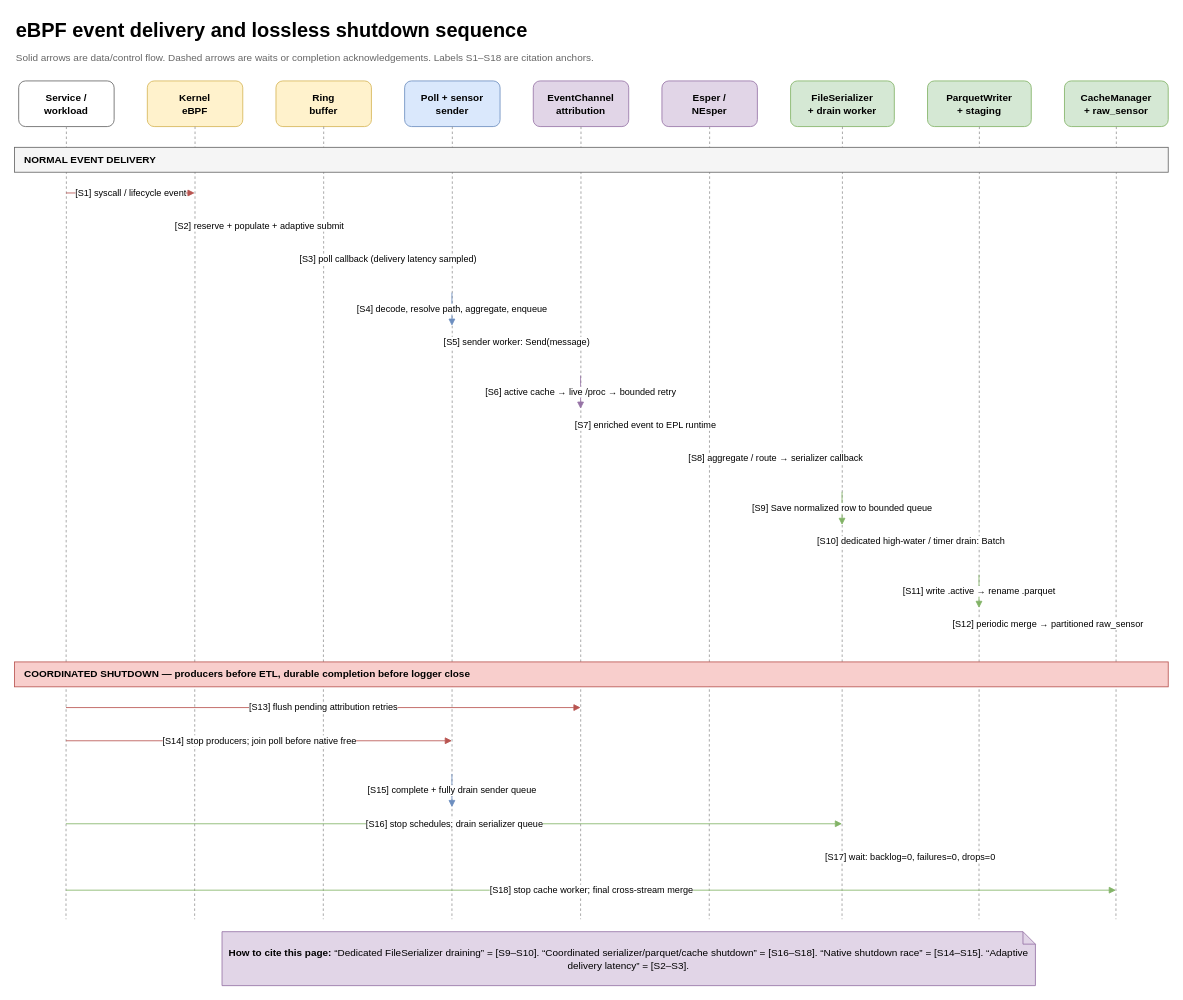
Before: page "Delivery and Shutdown Sequence" (2 of 2) of wiki/work/improve-lintap-data-quality/ebpf-quality-flow.drawio in llnl/Wintap-Analytics, a draw.io diagram. Source tidied: cells renumbered, new cells numbered last; positions are measured from the earlier drawing's top-left corner, leaving out a move shared by most shapes. Both pictures are drawn from the tidied source at 83%, with x=0, y=0 at pixel (14, 14).
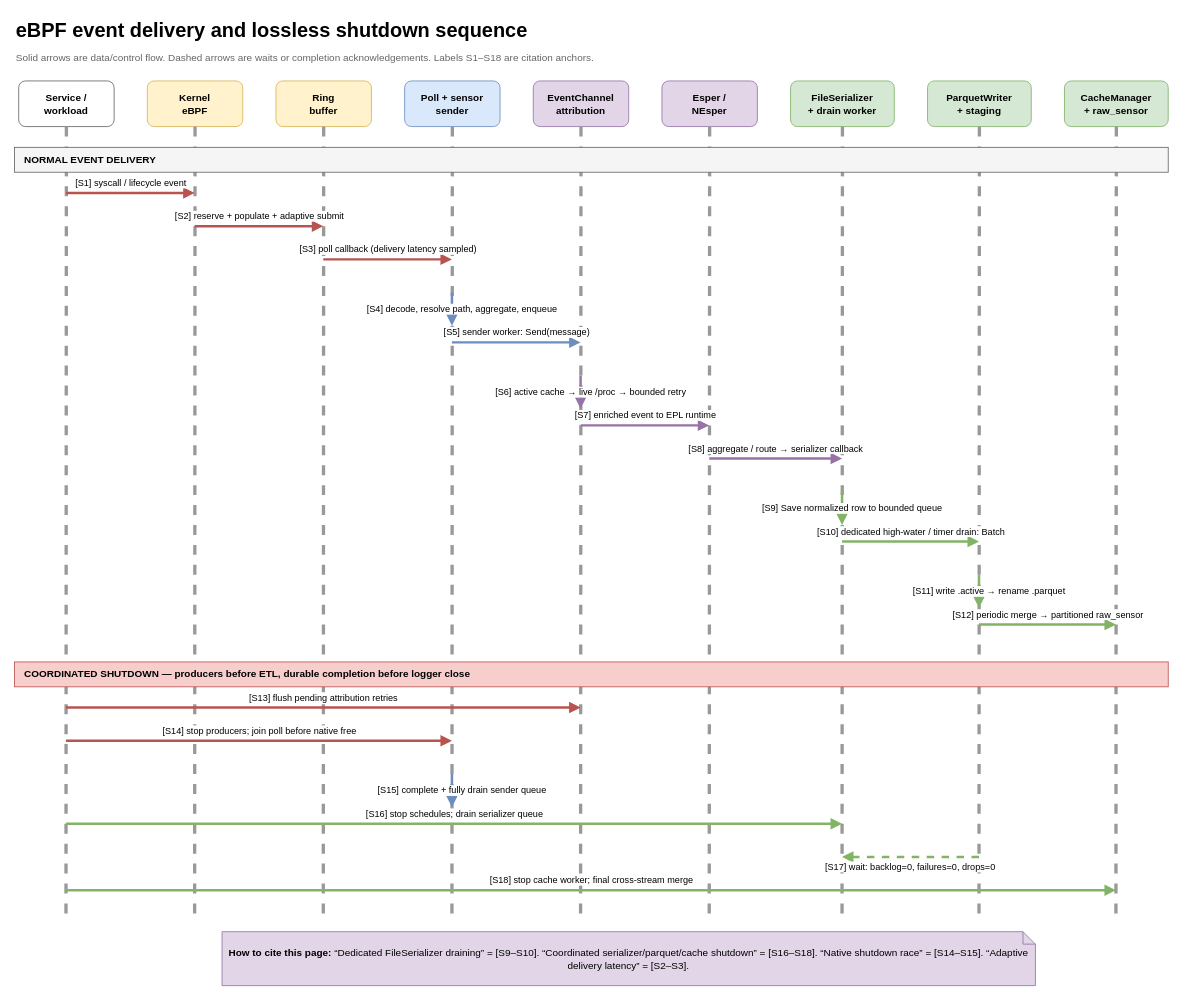
Above is the later version.

The change refers to these unchanged cells:
```xml
<mxCell id="4" value="Service /&lt;br&gt;workload" style="rounded=1;whiteSpace=wrap;html=1;fillColor=#ffffff;strokeColor=#666666;fontStyle=1;" parent="1" vertex="1">
  <mxGeometry x="5" y="80" width="115" height="55" as="geometry" />
</mxCell>
<mxCell id="5" value="Kernel&lt;br&gt;eBPF" style="rounded=1;whiteSpace=wrap;html=1;fillColor=#fff2cc;strokeColor=#d6b656;fontStyle=1;" parent="1" vertex="1">
  <mxGeometry x="160" y="80" width="115" height="55" as="geometry" />
</mxCell>
<mxCell id="6" value="Ring&lt;br&gt;buffer" style="rounded=1;whiteSpace=wrap;html=1;fillColor=#fff2cc;strokeColor=#d6b656;fontStyle=1;" parent="1" vertex="1">
  <mxGeometry x="315" y="80" width="115" height="55" as="geometry" />
</mxCell>
<mxCell id="7" value="Poll + sensor&lt;br&gt;sender" style="rounded=1;whiteSpace=wrap;html=1;fillColor=#dae8fc;strokeColor=#6c8ebf;fontStyle=1;" parent="1" vertex="1">
  <mxGeometry x="470" y="80" width="115" height="55" as="geometry" />
</mxCell>
<mxCell id="8" value="EventChannel&lt;br&gt;attribution" style="rounded=1;whiteSpace=wrap;html=1;fillColor=#e1d5e7;strokeColor=#9673a6;fontStyle=1;" parent="1" vertex="1">
  <mxGeometry x="625" y="80" width="115" height="55" as="geometry" />
</mxCell>
<mxCell id="9" value="Esper /&lt;br&gt;NEsper" style="rounded=1;whiteSpace=wrap;html=1;fillColor=#e1d5e7;strokeColor=#9673a6;fontStyle=1;" parent="1" vertex="1">
  <mxGeometry x="780" y="80" width="115" height="55" as="geometry" />
</mxCell>
<mxCell id="10" value="FileSerializer&lt;br&gt;+ drain worker" style="rounded=1;whiteSpace=wrap;html=1;fillColor=#d5e8d4;strokeColor=#82b366;fontStyle=1;" parent="1" vertex="1">
  <mxGeometry x="935" y="80" width="125" height="55" as="geometry" />
</mxCell>
<mxCell id="11" value="ParquetWriter&lt;br&gt;+ staging" style="rounded=1;whiteSpace=wrap;html=1;fillColor=#d5e8d4;strokeColor=#82b366;fontStyle=1;" parent="1" vertex="1">
  <mxGeometry x="1100" y="80" width="125" height="55" as="geometry" />
</mxCell>
<mxCell id="12" value="CacheManager&lt;br&gt;+ raw_sensor" style="rounded=1;whiteSpace=wrap;html=1;fillColor=#d5e8d4;strokeColor=#82b366;fontStyle=1;" parent="1" vertex="1">
  <mxGeometry x="1265" y="80" width="125" height="55" as="geometry" />
</mxCell>
```

The edit, as a diff of the source:
```diff
@@
-    <mxCell id="13" style="edgeStyle=none;html=1;dashed=1;endArrow=none;strokeColor=#999999;" parent="1" edge="1" source="4">
+    <mxCell id="13" style="edgeStyle=none;html=1;dashed=1;endArrow=none;strokeColor=#999999;strokeWidth=4;" parent="1" edge="1" source="4">
       <mxGeometry relative="1" as="geometry">
         <mxPoint x="62" y="1090" as="targetPoint" />
       </mxGeometry>
     </mxCell>
-    <mxCell id="14" style="edgeStyle=none;html=1;dashed=1;endArrow=none;strokeColor=#999999;" parent="1" edge="1" source="5">
+    <mxCell id="14" style="edgeStyle=none;html=1;dashed=1;endArrow=none;strokeColor=#999999;strokeWidth=4;" parent="1" edge="1" source="5">
       <mxGeometry relative="1" as="geometry">
         <mxPoint x="217" y="1090" as="targetPoint" />
       </mxGeometry>
     </mxCell>
-    <mxCell id="15" style="edgeStyle=none;html=1;dashed=1;endArrow=none;strokeColor=#999999;" parent="1" edge="1" source="6">
+    <mxCell id="15" style="edgeStyle=none;html=1;dashed=1;endArrow=none;strokeColor=#999999;strokeWidth=4;" parent="1" edge="1" source="6">
       <mxGeometry relative="1" as="geometry">
         <mxPoint x="372" y="1090" as="targetPoint" />
       </mxGeometry>
     </mxCell>
-    <mxCell id="16" style="edgeStyle=none;html=1;dashed=1;endArrow=none;strokeColor=#999999;" parent="1" edge="1" source="7">
+    <mxCell id="16" style="edgeStyle=none;html=1;dashed=1;endArrow=none;strokeColor=#999999;strokeWidth=4;" parent="1" edge="1" source="7">
       <mxGeometry relative="1" as="geometry">
         <mxPoint x="527" y="1090" as="targetPoint" />
       </mxGeometry>
     </mxCell>
-    <mxCell id="17" style="edgeStyle=none;html=1;dashed=1;endArrow=none;strokeColor=#999999;" parent="1" edge="1" source="8">
+    <mxCell id="17" style="edgeStyle=none;html=1;dashed=1;endArrow=none;strokeColor=#999999;strokeWidth=4;" parent="1" edge="1" source="8">
       <mxGeometry relative="1" as="geometry">
         <mxPoint x="682" y="1090" as="targetPoint" />
       </mxGeometry>
     </mxCell>
-    <mxCell id="18" style="edgeStyle=none;html=1;dashed=1;endArrow=none;strokeColor=#999999;" parent="1" edge="1" source="9">
+    <mxCell id="18" style="edgeStyle=none;html=1;dashed=1;endArrow=none;strokeColor=#999999;strokeWidth=4;" parent="1" edge="1" source="9">
       <mxGeometry relative="1" as="geometry">
         <mxPoint x="837" y="1090" as="targetPoint" />
       </mxGeometry>
     </mxCell>
-    <mxCell id="19" style="edgeStyle=none;html=1;dashed=1;endArrow=none;strokeColor=#999999;" parent="1" edge="1" source="10">
+    <mxCell id="19" style="edgeStyle=none;html=1;dashed=1;endArrow=none;strokeColor=#999999;strokeWidth=4;" parent="1" edge="1" source="10">
       <mxGeometry relative="1" as="geometry">
         <mxPoint x="997" y="1090" as="targetPoint" />
       </mxGeometry>
     </mxCell>
-    <mxCell id="20" style="edgeStyle=none;html=1;dashed=1;endArrow=none;strokeColor=#999999;" parent="1" edge="1" source="11">
+    <mxCell id="20" style="edgeStyle=none;html=1;dashed=1;endArrow=none;strokeColor=#999999;strokeWidth=4;" parent="1" edge="1" source="11">
       <mxGeometry relative="1" as="geometry">
         <mxPoint x="1162" y="1090" as="targetPoint" />
       </mxGeometry>
     </mxCell>
-    <mxCell id="21" style="edgeStyle=none;html=1;dashed=1;endArrow=none;strokeColor=#999999;" parent="1" edge="1" source="12">
+    <mxCell id="21" style="edgeStyle=none;html=1;dashed=1;endArrow=none;strokeColor=#999999;strokeWidth=4;" parent="1" edge="1" source="12">
       <mxGeometry relative="1" as="geometry">
         <mxPoint x="1327" y="1090" as="targetPoint" />
       </mxGeometry>
     </mxCell>
@@
-    <mxCell id="23" value="[S1] syscall / lifecycle event" style="edgeStyle=orthogonalEdgeStyle;rounded=0;html=1;endArrow=block;endFill=1;strokeColor=#b85450;fontSize=11;" parent="1" edge="1">
-      <mxGeometry relative="1" as="geometry">
+    <mxCell id="23" value="[S1] syscall / lifecycle event" style="edgeStyle=orthogonalEdgeStyle;rounded=0;html=1;endArrow=block;endFill=1;strokeColor=#b85450;fontSize=11;strokeWidth=3;" parent="1" edge="1">
+      <mxGeometry y="12" relative="1" as="geometry">
         <mxPoint x="62" y="215" as="sourcePoint" />
         <mxPoint x="217" y="215" as="targetPoint" />
       </mxGeometry>
     </mxCell>
-    <mxCell id="24" value="[S2] reserve + populate + adaptive submit" style="edgeStyle=orthogonalEdgeStyle;rounded=0;html=1;endArrow=block;endFill=1;strokeColor=#b85450;fontSize=11;" parent="1" edge="1">
-      <mxGeometry relative="1" as="geometry">
+    <mxCell id="24" value="[S2] reserve + populate + adaptive submit" style="edgeStyle=orthogonalEdgeStyle;rounded=0;html=1;endArrow=block;endFill=1;strokeColor=#b85450;fontSize=11;strokeWidth=3;" parent="1" edge="1">
+      <mxGeometry y="12" relative="1" as="geometry">
         <mxPoint x="217" y="255" as="sourcePoint" />
         <mxPoint x="372" y="255" as="targetPoint" />
       </mxGeometry>
     </mxCell>
-    <mxCell id="25" value="[S3] poll callback (delivery latency sampled)" style="edgeStyle=orthogonalEdgeStyle;rounded=0;html=1;endArrow=block;endFill=1;strokeColor=#b85450;fontSize=11;" parent="1" edge="1">
-      <mxGeometry relative="1" as="geometry">
+    <mxCell id="25" value="[S3] poll callback (delivery latency sampled)" style="edgeStyle=orthogonalEdgeStyle;rounded=0;html=1;endArrow=block;endFill=1;strokeColor=#b85450;fontSize=11;strokeWidth=3;" parent="1" edge="1">
+      <mxGeometry y="12" relative="1" as="geometry">
         <mxPoint x="372" y="295" as="sourcePoint" />
         <mxPoint x="527" y="295" as="targetPoint" />
       </mxGeometry>
     </mxCell>
-    <mxCell id="26" value="[S4] decode, resolve path, aggregate, enqueue" style="edgeStyle=orthogonalEdgeStyle;rounded=0;html=1;endArrow=block;endFill=1;strokeColor=#6c8ebf;fontSize=11;" parent="1" edge="1">
-      <mxGeometry relative="1" as="geometry">
+    <mxCell id="26" value="[S4] decode, resolve path, aggregate, enqueue" style="edgeStyle=orthogonalEdgeStyle;rounded=0;html=1;endArrow=block;endFill=1;strokeColor=#6c8ebf;fontSize=11;strokeWidth=3;" parent="1" edge="1">
+      <mxGeometry y="12" relative="1" as="geometry">
         <mxPoint x="527" y="335" as="sourcePoint" />
         <mxPoint x="527" y="375" as="targetPoint" />
       </mxGeometry>
     </mxCell>
-    <mxCell id="27" value="[S5] sender worker: Send(message)" style="edgeStyle=orthogonalEdgeStyle;rounded=0;html=1;endArrow=block;endFill=1;strokeColor=#6c8ebf;fontSize=11;" parent="1" edge="1">
-      <mxGeometry relative="1" as="geometry">
+    <mxCell id="27" value="[S5] sender worker: Send(message)" style="edgeStyle=orthogonalEdgeStyle;rounded=0;html=1;endArrow=block;endFill=1;strokeColor=#6c8ebf;fontSize=11;strokeWidth=3;" parent="1" edge="1">
+      <mxGeometry y="12" relative="1" as="geometry">
         <mxPoint x="527" y="395" as="sourcePoint" />
         <mxPoint x="682" y="395" as="targetPoint" />
       </mxGeometry>
     </mxCell>
-    <mxCell id="28" value="[S6] active cache → live /proc → bounded retry" style="edgeStyle=orthogonalEdgeStyle;rounded=0;html=1;endArrow=block;endFill=1;strokeColor=#9673a6;fontSize=11;" parent="1" edge="1">
-      <mxGeometry relative="1" as="geometry">
+    <mxCell id="28" value="[S6] active cache → live /proc → bounded retry" style="edgeStyle=orthogonalEdgeStyle;rounded=0;html=1;endArrow=block;endFill=1;strokeColor=#9673a6;fontSize=11;strokeWidth=3;" parent="1" edge="1">
+      <mxGeometry y="12" relative="1" as="geometry">
         <mxPoint x="682" y="435" as="sourcePoint" />
         <mxPoint x="682" y="475" as="targetPoint" />
       </mxGeometry>
     </mxCell>
-    <mxCell id="29" value="[S7] enriched event to EPL runtime" style="edgeStyle=orthogonalEdgeStyle;rounded=0;html=1;endArrow=block;endFill=1;strokeColor=#9673a6;fontSize=11;" parent="1" edge="1">
-      <mxGeometry relative="1" as="geometry">
+    <mxCell id="29" value="[S7] enriched event to EPL runtime" style="edgeStyle=orthogonalEdgeStyle;rounded=0;html=1;endArrow=block;endFill=1;strokeColor=#9673a6;fontSize=11;strokeWidth=3;" parent="1" edge="1">
+      <mxGeometry y="12" relative="1" as="geometry">
         <mxPoint x="682" y="495" as="sourcePoint" />
         <mxPoint x="837" y="495" as="targetPoint" />
       </mxGeometry>
     </mxCell>
-    <mxCell id="30" value="[S8] aggregate / route → serializer callback" style="edgeStyle=orthogonalEdgeStyle;rounded=0;html=1;endArrow=block;endFill=1;strokeColor=#9673a6;fontSize=11;" parent="1" edge="1">
-      <mxGeometry relative="1" as="geometry">
+    <mxCell id="30" value="[S8] aggregate / route → serializer callback" style="edgeStyle=orthogonalEdgeStyle;rounded=0;html=1;endArrow=block;endFill=1;strokeColor=#9673a6;fontSize=11;strokeWidth=3;" parent="1" edge="1">
+      <mxGeometry y="12" relative="1" as="geometry">
         <mxPoint x="837" y="535" as="sourcePoint" />
         <mxPoint x="997" y="535" as="targetPoint" />
       </mxGeometry>
     </mxCell>
-    <mxCell id="31" value="[S9] Save normalized row to bounded queue" style="edgeStyle=orthogonalEdgeStyle;rounded=0;html=1;endArrow=block;endFill=1;strokeColor=#82b366;fontSize=11;" parent="1" edge="1">
-      <mxGeometry relative="1" as="geometry">
+    <mxCell id="31" value="[S9] Save normalized row to bounded queue" style="edgeStyle=orthogonalEdgeStyle;rounded=0;html=1;endArrow=block;endFill=1;strokeColor=#82b366;fontSize=11;strokeWidth=3;" parent="1" edge="1">
+      <mxGeometry y="12" relative="1" as="geometry">
         <mxPoint x="997" y="575" as="sourcePoint" />
         <mxPoint x="997" y="615" as="targetPoint" />
       </mxGeometry>
     </mxCell>
-    <mxCell id="32" value="[S10] dedicated high-water / timer drain: Batch" style="edgeStyle=orthogonalEdgeStyle;rounded=0;html=1;endArrow=block;endFill=1;strokeColor=#82b366;fontSize=11;" parent="1" edge="1">
-      <mxGeometry relative="1" as="geometry">
+    <mxCell id="32" value="[S10] dedicated high-water / timer drain: Batch" style="edgeStyle=orthogonalEdgeStyle;rounded=0;html=1;endArrow=block;endFill=1;strokeColor=#82b366;fontSize=11;strokeWidth=3;" parent="1" edge="1">
+      <mxGeometry y="12" relative="1" as="geometry">
         <mxPoint x="997" y="635" as="sourcePoint" />
         <mxPoint x="1162" y="635" as="targetPoint" />
       </mxGeometry>
     </mxCell>
-    <mxCell id="33" value="[S11] write .active → rename .parquet" style="edgeStyle=orthogonalEdgeStyle;rounded=0;html=1;endArrow=block;endFill=1;strokeColor=#82b366;fontSize=11;" parent="1" edge="1">
-      <mxGeometry relative="1" as="geometry">
+    <mxCell id="33" value="[S11] write .active → rename .parquet" style="edgeStyle=orthogonalEdgeStyle;rounded=0;html=1;endArrow=block;endFill=1;strokeColor=#82b366;fontSize=11;strokeWidth=3;" parent="1" edge="1">
+      <mxGeometry y="12" relative="1" as="geometry">
         <mxPoint x="1162" y="675" as="sourcePoint" />
         <mxPoint x="1162" y="715" as="targetPoint" />
       </mxGeometry>
     </mxCell>
-    <mxCell id="34" value="[S12] periodic merge → partitioned raw_sensor" style="edgeStyle=orthogonalEdgeStyle;rounded=0;html=1;endArrow=block;endFill=1;strokeColor=#82b366;fontSize=11;" parent="1" edge="1">
-      <mxGeometry relative="1" as="geometry">
+    <mxCell id="34" value="[S12] periodic merge → partitioned raw_sensor" style="edgeStyle=orthogonalEdgeStyle;rounded=0;html=1;endArrow=block;endFill=1;strokeColor=#82b366;fontSize=11;strokeWidth=3;" parent="1" edge="1">
+      <mxGeometry y="12" relative="1" as="geometry">
         <mxPoint x="1162" y="735" as="sourcePoint" />
         <mxPoint x="1327" y="735" as="targetPoint" />
       </mxGeometry>
     </mxCell>
@@
-    <mxCell id="36" value="[S13] flush pending attribution retries" style="edgeStyle=orthogonalEdgeStyle;rounded=0;html=1;endArrow=block;endFill=1;strokeColor=#b85450;fontSize=11;" parent="1" edge="1">
-      <mxGeometry relative="1" as="geometry">
+    <mxCell id="36" value="[S13] flush pending attribution retries" style="edgeStyle=orthogonalEdgeStyle;rounded=0;html=1;endArrow=block;endFill=1;strokeColor=#b85450;fontSize=11;strokeWidth=3;" parent="1" edge="1">
+      <mxGeometry y="12" relative="1" as="geometry">
         <mxPoint x="62" y="835" as="sourcePoint" />
         <mxPoint x="682" y="835" as="targetPoint" />
       </mxGeometry>
     </mxCell>
-    <mxCell id="37" value="[S14] stop producers; join poll before native free" style="edgeStyle=orthogonalEdgeStyle;rounded=0;html=1;endArrow=block;endFill=1;strokeColor=#b85450;fontSize=11;" parent="1" edge="1">
-      <mxGeometry relative="1" as="geometry">
+    <mxCell id="37" value="[S14] stop producers; join poll before native free" style="edgeStyle=orthogonalEdgeStyle;rounded=0;html=1;endArrow=block;endFill=1;strokeColor=#b85450;fontSize=11;strokeWidth=3;" parent="1" edge="1">
+      <mxGeometry y="12" relative="1" as="geometry">
         <mxPoint x="62" y="875" as="sourcePoint" />
         <mxPoint x="527" y="875" as="targetPoint" />
       </mxGeometry>
     </mxCell>
-    <mxCell id="38" value="[S15] complete + fully drain sender queue" style="edgeStyle=orthogonalEdgeStyle;rounded=0;html=1;endArrow=block;endFill=1;strokeColor=#6c8ebf;fontSize=11;" parent="1" edge="1">
-      <mxGeometry relative="1" as="geometry">
+    <mxCell id="38" value="[S15] complete + fully drain sender queue" style="edgeStyle=orthogonalEdgeStyle;rounded=0;html=1;endArrow=block;endFill=1;strokeColor=#6c8ebf;fontSize=11;strokeWidth=3;" parent="1" edge="1">
+      <mxGeometry y="12" relative="1" as="geometry">
         <mxPoint x="527" y="915" as="sourcePoint" />
         <mxPoint x="527" y="955" as="targetPoint" />
       </mxGeometry>
     </mxCell>
-    <mxCell id="39" value="[S16] stop schedules; drain serializer queue" style="edgeStyle=orthogonalEdgeStyle;rounded=0;html=1;endArrow=block;endFill=1;strokeColor=#82b366;fontSize=11;" parent="1" edge="1">
-      <mxGeometry relative="1" as="geometry">
+    <mxCell id="39" value="[S16] stop schedules; drain serializer queue" style="edgeStyle=orthogonalEdgeStyle;rounded=0;html=1;endArrow=block;endFill=1;strokeColor=#82b366;fontSize=11;strokeWidth=3;" parent="1" edge="1">
+      <mxGeometry y="12" relative="1" as="geometry">
         <mxPoint x="62" y="975" as="sourcePoint" />
         <mxPoint x="997" y="975" as="targetPoint" />
       </mxGeometry>
     </mxCell>
-    <mxCell id="40" value="[S17] wait: backlog=0, failures=0, drops=0" style="edgeStyle=orthogonalEdgeStyle;rounded=0;html=1;dashed=1;endArrow=block;endFill=1;strokeColor=#82b366;fontSize=11;" parent="1" edge="1">
-      <mxGeometry relative="1" as="geometry">
+    <mxCell id="40" value="[S17] wait: backlog=0, failures=0, drops=0" style="edgeStyle=orthogonalEdgeStyle;rounded=0;html=1;dashed=1;endArrow=block;endFill=1;strokeColor=#82b366;fontSize=11;strokeWidth=3;" parent="1" edge="1">
+      <mxGeometry y="12" relative="1" as="geometry">
         <mxPoint x="1162" y="1015" as="sourcePoint" />
         <mxPoint x="997" y="1015" as="targetPoint" />
       </mxGeometry>
     </mxCell>
-    <mxCell id="41" value="[S18] stop cache worker; final cross-stream merge" style="edgeStyle=orthogonalEdgeStyle;rounded=0;html=1;endArrow=block;endFill=1;strokeColor=#82b366;fontSize=11;" parent="1" edge="1">
-      <mxGeometry relative="1" as="geometry">
+    <mxCell id="41" value="[S18] stop cache worker; final cross-stream merge" style="edgeStyle=orthogonalEdgeStyle;rounded=0;html=1;endArrow=block;endFill=1;strokeColor=#82b366;fontSize=11;strokeWidth=3;" parent="1" edge="1">
+      <mxGeometry y="12" relative="1" as="geometry">
         <mxPoint x="62" y="1055" as="sourcePoint" />
         <mxPoint x="1327" y="1055" as="targetPoint" />
       </mxGeometry>
     </mxCell>
```
